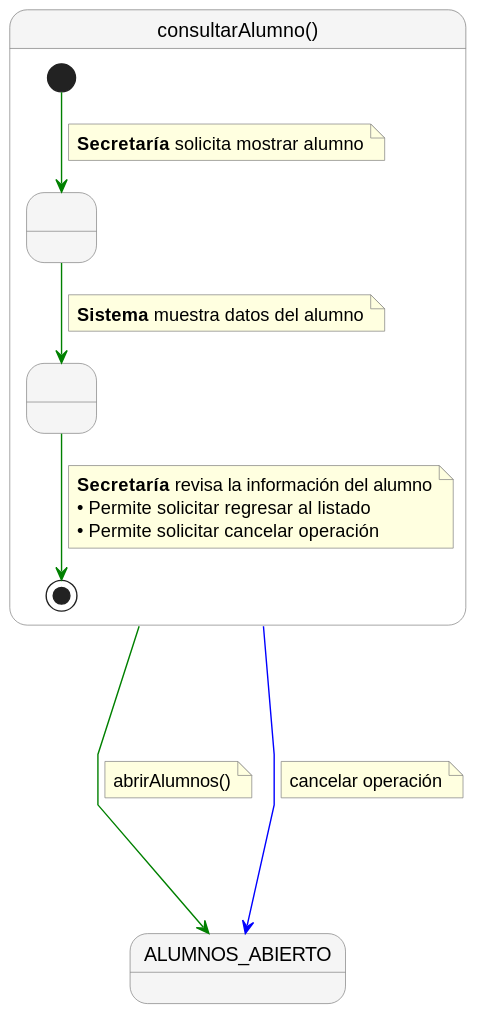
Above: documents/requisitado/02-detalle/Secretaria/consultarAlumno.svg in jerdier/25-26-idsw2-sdVC (PlantUML), before the change.
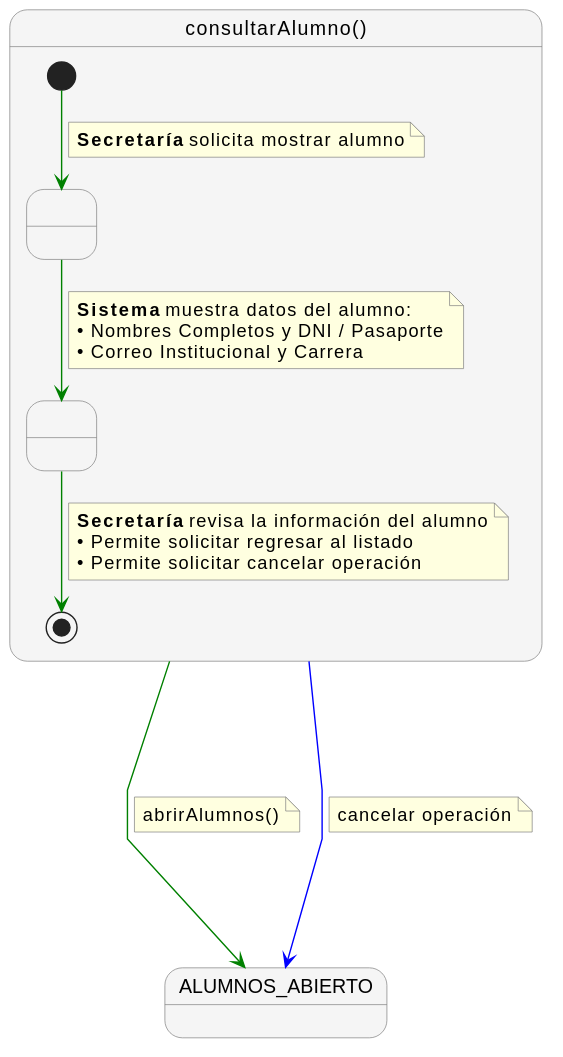
The same diagram one commit later.

Diff of the diagram source:
```diff
@@ -19,7 +19,9 @@
 
     Paso1 -[#green]-> Paso2
     note on link
-      <b>Sistema</b> muestra datos del alumno
+      <b>Sistema</b> muestra datos del alumno:
+      • Nombres Completos y DNI / Pasaporte
+      • Correo Institucional y Carrera
     end note
 
     Paso2 -[#green]-> [*]
```
